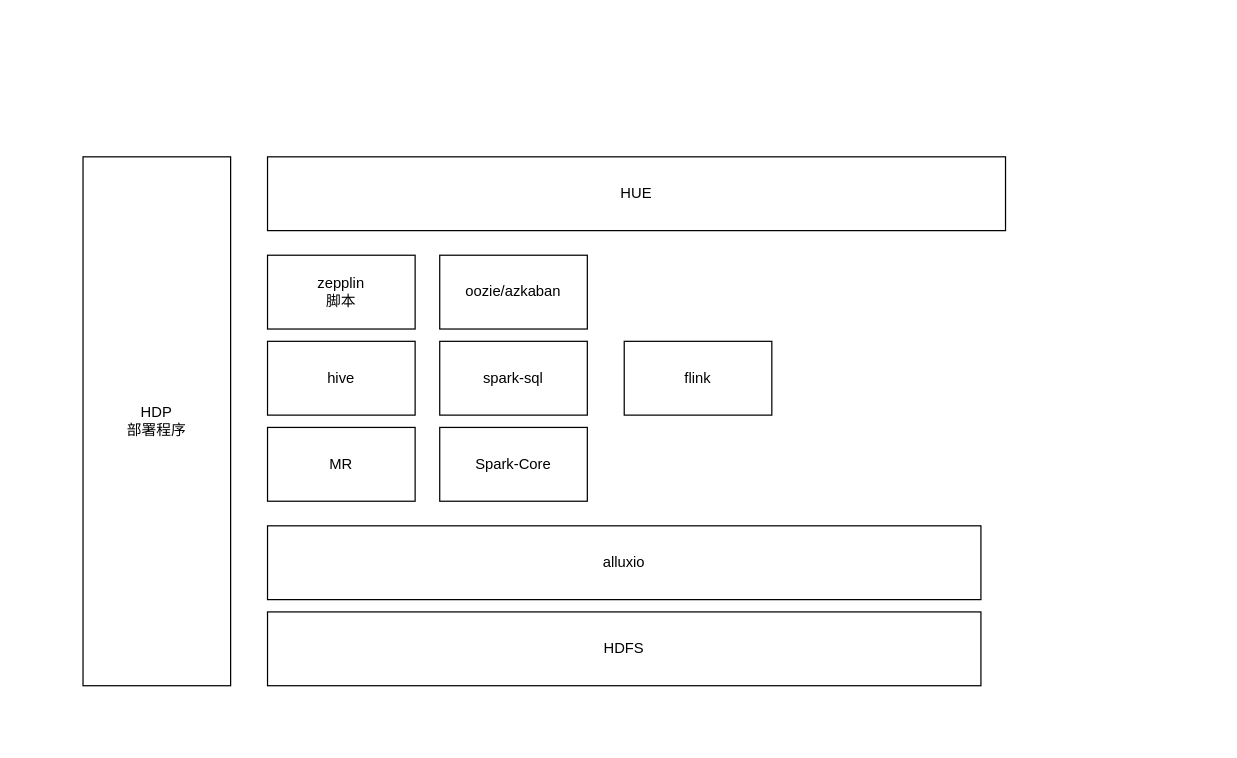
This is Untitled Diagram.drawio from yjplxq/yjplxq, a draw.io file, before an edit. Source tidied: cells renumbered, new cells numbered last; positions are measured from the earlier drawing's top-left corner, leaving out a move shared by most shapes. Both pictures are drawn from the tidied source at 123%, with x=0, y=0 at pixel (82, 156).
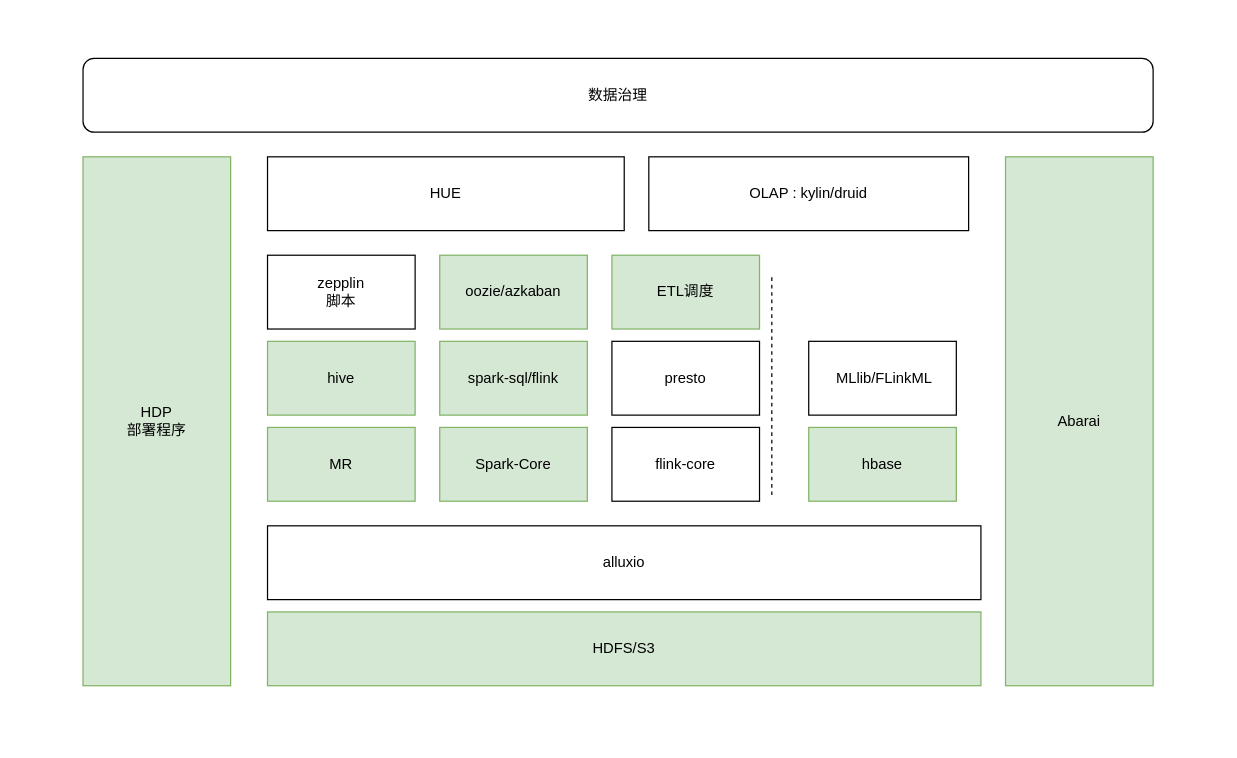
The same page after the edit.

The edit, as a diff of the source:
```diff
@@
-    <mxCell id="2" value="HDFS" style="rounded=0;whiteSpace=wrap;html=1;" parent="1" vertex="1">
+    <mxCell id="2" value="HDFS/S3" style="rounded=0;whiteSpace=wrap;html=1;fillColor=#d5e8d4;strokeColor=#82b366;" parent="1" vertex="1">
       <mxGeometry x="150" y="370" width="580" height="60" as="geometry" />
     </mxCell>
-    <mxCell id="3" value="MR" style="rounded=0;whiteSpace=wrap;html=1;" parent="1" vertex="1">
+    <mxCell id="3" value="MR" style="rounded=0;whiteSpace=wrap;html=1;fillColor=#d5e8d4;strokeColor=#82b366;" parent="1" vertex="1">
       <mxGeometry x="150" y="220" width="120" height="60" as="geometry" />
     </mxCell>
-    <mxCell id="4" value="Spark-Core" style="rounded=0;whiteSpace=wrap;html=1;" parent="1" vertex="1">
+    <mxCell id="4" value="Spark-Core" style="rounded=0;whiteSpace=wrap;html=1;fillColor=#d5e8d4;strokeColor=#82b366;" parent="1" vertex="1">
       <mxGeometry x="290" y="220" width="120" height="60" as="geometry" />
     </mxCell>
@@
-    <mxCell id="6" value="oozie/azkaban" style="rounded=0;whiteSpace=wrap;html=1;" parent="1" vertex="1">
+    <mxCell id="6" value="oozie/azkaban" style="rounded=0;whiteSpace=wrap;html=1;fillColor=#d5e8d4;strokeColor=#82b366;" parent="1" vertex="1">
       <mxGeometry x="290" y="80" width="120" height="60" as="geometry" />
     </mxCell>
+    <mxCell id="13" value="ETL调度" style="rounded=0;whiteSpace=wrap;html=1;fillColor=#d5e8d4;strokeColor=#82b366;" parent="1" vertex="1">
+      <mxGeometry x="430" y="80" width="120" height="60" as="geometry" />
+    </mxCell>
     <mxCell id="7" value="HUE" style="rounded=0;whiteSpace=wrap;html=1;" parent="1" vertex="1">
-      <mxGeometry x="150" width="600" height="60" as="geometry" />
+      <mxGeometry x="150" width="290" height="60" as="geometry" />
     </mxCell>
-    <mxCell id="8" value="HDP&lt;br&gt;部署程序&lt;br&gt;" style="rounded=0;whiteSpace=wrap;html=1;" parent="1" vertex="1">
+    <mxCell id="8" value="HDP&lt;br&gt;部署程序&lt;br&gt;" style="rounded=0;whiteSpace=wrap;html=1;fillColor=#d5e8d4;strokeColor=#82b366;" parent="1" vertex="1">
       <mxGeometry width="120" height="430" as="geometry" />
     </mxCell>
@@
-    <mxCell id="10" value="hive" style="rounded=0;whiteSpace=wrap;html=1;" parent="1" vertex="1">
+    <mxCell id="10" value="hive" style="rounded=0;whiteSpace=wrap;html=1;fillColor=#d5e8d4;strokeColor=#82b366;" parent="1" vertex="1">
       <mxGeometry x="150" y="150" width="120" height="60" as="geometry" />
     </mxCell>
-    <mxCell id="11" value="spark-sql" style="rounded=0;whiteSpace=wrap;html=1;" parent="1" vertex="1">
+    <mxCell id="11" value="spark-sql/flink" style="rounded=0;whiteSpace=wrap;html=1;fillColor=#d5e8d4;strokeColor=#82b366;" parent="1" vertex="1">
       <mxGeometry x="290" y="150" width="120" height="60" as="geometry" />
     </mxCell>
-    <mxCell id="12" value="flink" style="rounded=0;whiteSpace=wrap;html=1;" parent="1" vertex="1">
-      <mxGeometry x="440" y="150" width="120" height="60" as="geometry" />
-    </mxCell>
+    <mxCell id="14" value="presto" style="rounded=0;whiteSpace=wrap;html=1;" parent="1" vertex="1">
+      <mxGeometry x="430" y="150" width="120" height="60" as="geometry" />
+    </mxCell>
+    <mxCell id="15" value="flink-core" style="rounded=0;whiteSpace=wrap;html=1;" parent="1" vertex="1">
+      <mxGeometry x="430" y="220" width="120" height="60" as="geometry" />
+    </mxCell>
+    <mxCell id="16" style="endArrow=none;dashed=1;html=1;" parent="1" edge="1">
+      <mxGeometry relative="1" as="geometry">
+        <mxPoint x="560" y="275" as="sourcePoint" />
+        <mxPoint x="560" y="95" as="targetPoint" />
+      </mxGeometry>
+    </mxCell>
+    <mxCell id="17" value="hbase" style="rounded=0;whiteSpace=wrap;html=1;fillColor=#d5e8d4;strokeColor=#82b366;" parent="1" vertex="1">
+      <mxGeometry x="590" y="220" width="120" height="60" as="geometry" />
+    </mxCell>
+    <mxCell id="18" value="&amp;nbsp;MLlib/FLinkML" style="rounded=0;whiteSpace=wrap;html=1;" parent="1" vertex="1">
+      <mxGeometry x="590" y="150" width="120" height="60" as="geometry" />
+    </mxCell>
+    <mxCell id="19" value="OLAP : kylin/druid" style="rounded=0;whiteSpace=wrap;html=1;" parent="1" vertex="1">
+      <mxGeometry x="460" width="260" height="60" as="geometry" />
+    </mxCell>
+    <mxCell id="20" value="Abarai" style="rounded=0;whiteSpace=wrap;html=1;fillColor=#d5e8d4;strokeColor=#82b366;" parent="1" vertex="1">
+      <mxGeometry x="750" width="120" height="430" as="geometry" />
+    </mxCell>
+    <mxCell id="21" style="endArrow=none;dashed=1;html=1;" parent="1" edge="1">
+      <mxGeometry relative="1" as="geometry">
+        <mxPoint x="-50" y="-110" as="sourcePoint" />
+        <mxPoint x="-50" y="-110" as="targetPoint" />
+        <Array as="points">
+          <mxPoint x="-50" y="-110" />
+        </Array>
+      </mxGeometry>
+    </mxCell>
+    <mxCell id="22" style="endArrow=none;dashed=1;html=1;" parent="1" edge="1">
+      <mxGeometry relative="1" as="geometry">
+        <mxPoint x="920" y="470" as="sourcePoint" />
+        <mxPoint x="920" y="470" as="targetPoint" />
+      </mxGeometry>
+    </mxCell>
+    <mxCell id="23" value="数据治理" style="rounded=1;whiteSpace=wrap;html=1;" parent="1" vertex="1">
+      <mxGeometry y="-80" width="870" height="60" as="geometry" />
+    </mxCell>
```
